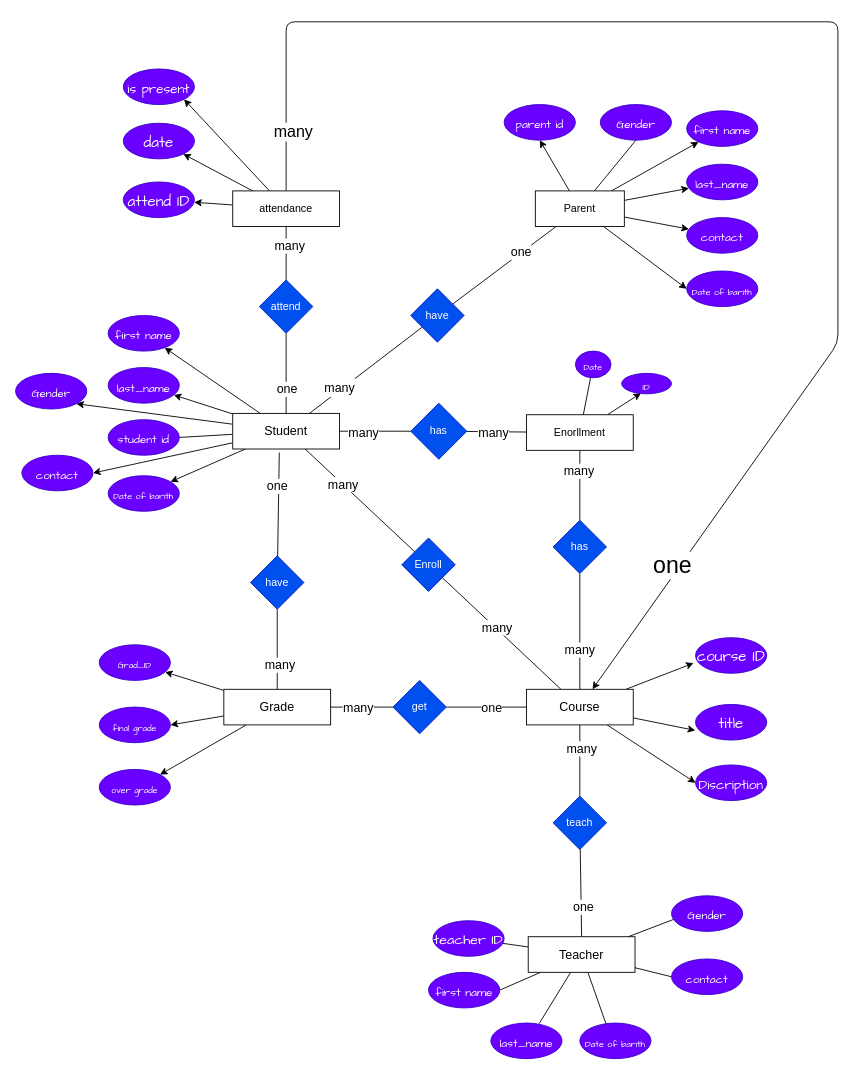
Before: docs/ERD.drawio in roone858/School-Managment-System, a draw.io diagram. Source tidied: cells renumbered, new cells numbered last; positions are measured from the earlier drawing's top-left corner, leaving out a move shared by most shapes. Both pictures are drawn from the tidied source at 89%, with x=0, y=0 at pixel (15, 21).
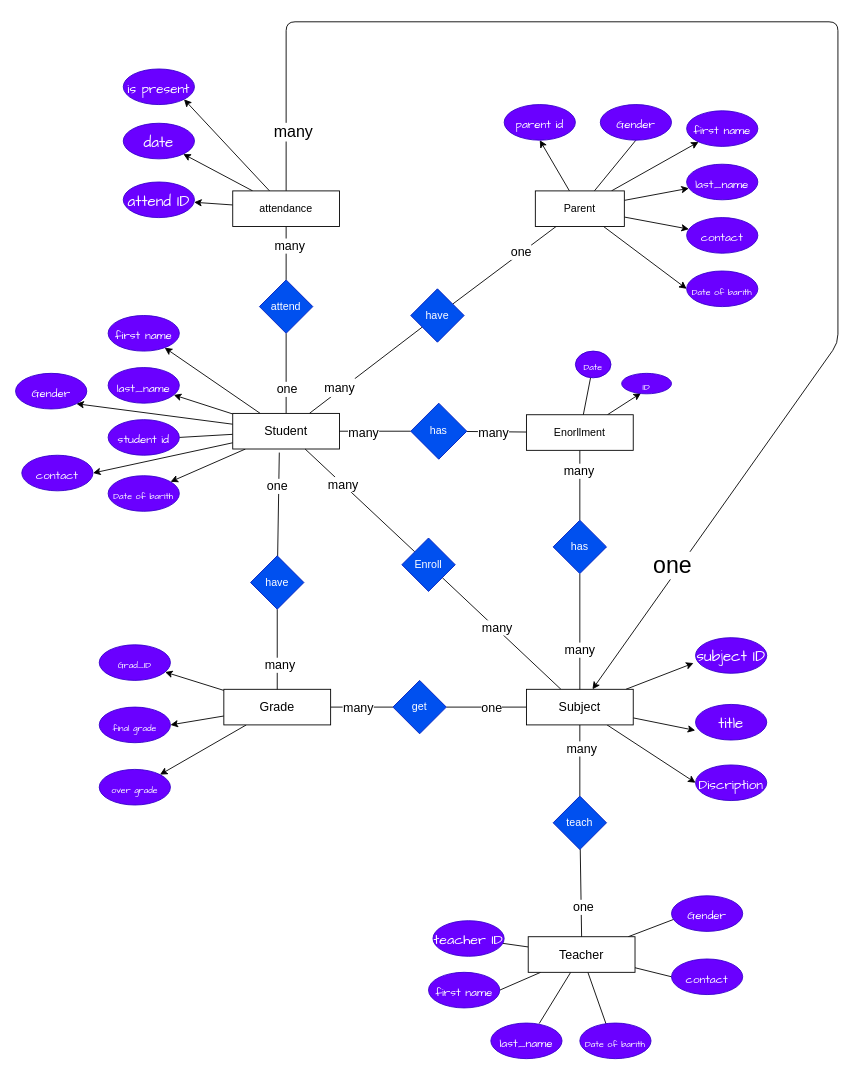
Above is the later version.

Change to the diagram source:
```diff
@@
-    <mxCell id="35" value="&lt;font style=&quot;&quot;&gt;&lt;span style=&quot;font-size: 14px;&quot;&gt;Course&lt;/span&gt;&lt;br&gt;&lt;/font&gt;" style="rounded=0;whiteSpace=wrap;html=1;" parent="1" vertex="1">
+    <mxCell id="35" value="&lt;font style=&quot;&quot;&gt;&lt;span style=&quot;font-size: 14px;&quot;&gt;Subject&lt;/span&gt;&lt;br&gt;&lt;/font&gt;" style="rounded=0;whiteSpace=wrap;html=1;" parent="1" vertex="1">
       <mxGeometry x="574" y="750" width="120" height="40" as="geometry" />
     </mxCell>
@@
-    <mxCell id="87" value="&lt;font style=&quot;font-size: 17px;&quot;&gt;course ID&lt;/font&gt;" style="ellipse;whiteSpace=wrap;html=1;rounded=0;hachureGap=4;fontFamily=Architects Daughter;fontSize=20;fillColor=#6a00ff;fontColor=#ffffff;strokeColor=#3700CC;" parent="1" vertex="1">
+    <mxCell id="87" value="&lt;font style=&quot;font-size: 17px;&quot;&gt;subject ID&lt;/font&gt;" style="ellipse;whiteSpace=wrap;html=1;rounded=0;hachureGap=4;fontFamily=Architects Daughter;fontSize=20;fillColor=#6a00ff;fontColor=#ffffff;strokeColor=#3700CC;" parent="1" vertex="1">
       <mxGeometry x="764" y="692" width="80" height="40" as="geometry" />
     </mxCell>
```
